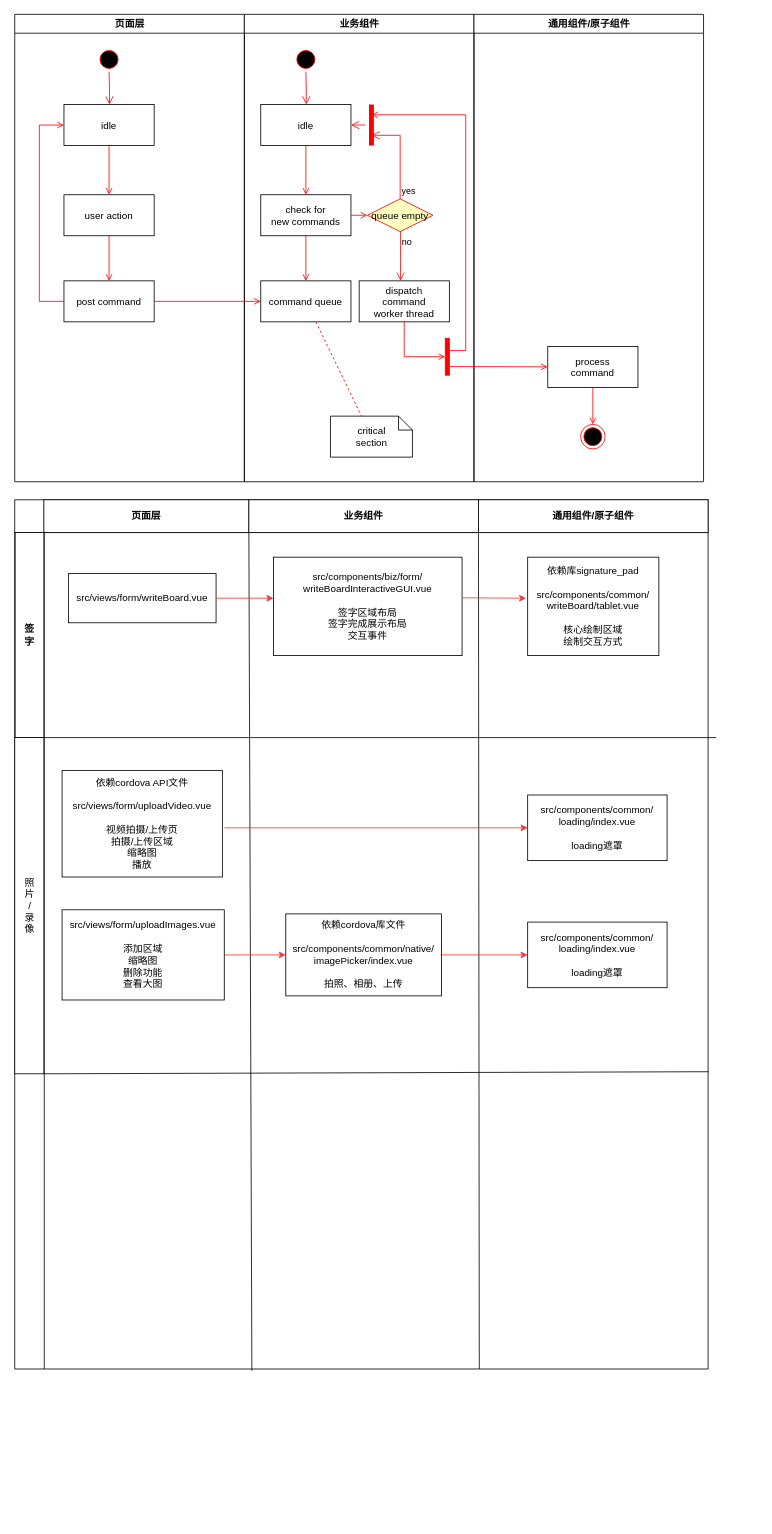
didengren/mind-map keeps this draw.io diagram as 全流程通用组件引入结构分析.drawio. Above is the earlier version. Source tidied: cells renumbered, new cells numbered last; positions are measured from the earlier drawing's top-left corner, leaving out a move shared by most shapes. Both pictures are drawn from the tidied source at 82%, with x=0, y=0 at pixel (14, 14).
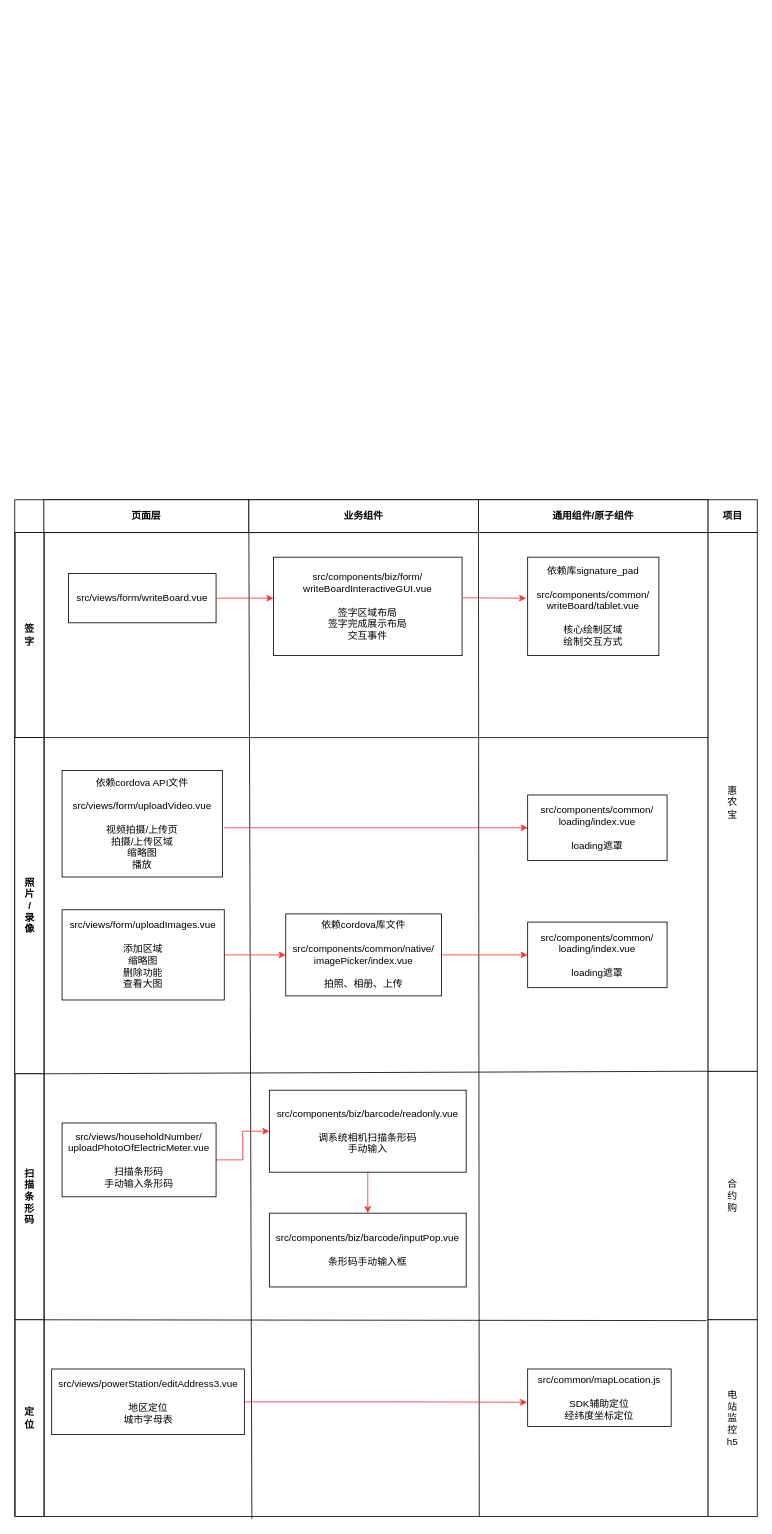
The same page after the edit.

Commit message:
更新全流程通用组件引入结构分析.drawio

The edit, as a diff of the source:
```diff
@@
-    <mxCell id="2" value="页面层" style="swimlane;whiteSpace=wrap;" parent="1" vertex="1">
-      <mxGeometry x="0.5" width="280" height="570" as="geometry" />
-    </mxCell>
-    <mxCell id="3" style="ellipse;shape=startState;fillColor=#000000;strokeColor=#ff0000;" parent="2" vertex="1">
-      <mxGeometry x="100" y="40" width="30" height="30" as="geometry" />
-    </mxCell>
-    <mxCell id="4" style="edgeStyle=elbowEdgeStyle;elbow=horizontal;verticalAlign=bottom;endArrow=open;endSize=8;strokeColor=#FF0000;endFill=1;rounded=0;" parent="2" edge="1" source="3" target="5">
-      <mxGeometry x="100" y="40" as="geometry" />
-    </mxCell>
-    <mxCell id="5" value="idle" parent="2" vertex="1">
-      <mxGeometry x="60" y="110" width="110" height="50" as="geometry" />
-    </mxCell>
-    <mxCell id="6" value="user action" parent="2" vertex="1">
-      <mxGeometry x="60" y="220" width="110" height="50" as="geometry" />
-    </mxCell>
-    <mxCell id="7" style="endArrow=open;strokeColor=#FF0000;endFill=1;rounded=0;" parent="2" edge="1" source="5" target="6">
-      <mxGeometry relative="1" as="geometry" />
-    </mxCell>
-    <mxCell id="8" value="post command" parent="2" vertex="1">
-      <mxGeometry x="60" y="325" width="110" height="50" as="geometry" />
-    </mxCell>
-    <mxCell id="9" style="endArrow=open;strokeColor=#FF0000;endFill=1;rounded=0;" parent="2" edge="1" source="6" target="8">
-      <mxGeometry relative="1" as="geometry" />
-    </mxCell>
-    <mxCell id="10" style="edgeStyle=elbowEdgeStyle;elbow=horizontal;strokeColor=#FF0000;endArrow=open;endFill=1;rounded=0;" parent="2" edge="1" source="8" target="5">
-      <mxGeometry relative="1" as="geometry">
-        <Array as="points">
-          <mxPoint x="30" y="250" />
-        </Array>
-      </mxGeometry>
-    </mxCell>
-    <mxCell id="11" value="业务组件" style="swimlane;whiteSpace=wrap;" parent="1" vertex="1">
-      <mxGeometry x="280.5" width="280" height="570" as="geometry" />
-    </mxCell>
-    <mxCell id="12" style="ellipse;shape=startState;fillColor=#000000;strokeColor=#ff0000;" parent="11" vertex="1">
-      <mxGeometry x="60" y="40" width="30" height="30" as="geometry" />
-    </mxCell>
-    <mxCell id="13" style="edgeStyle=elbowEdgeStyle;elbow=horizontal;verticalAlign=bottom;endArrow=open;endSize=8;strokeColor=#FF0000;endFill=1;rounded=0;" parent="11" edge="1" source="12" target="14">
-      <mxGeometry x="40" y="20" as="geometry" />
-    </mxCell>
-    <mxCell id="14" value="idle" parent="11" vertex="1">
-      <mxGeometry x="20" y="110" width="110" height="50" as="geometry" />
-    </mxCell>
-    <mxCell id="15" value="check for &#10;new commands" parent="11" vertex="1">
-      <mxGeometry x="20" y="220" width="110" height="50" as="geometry" />
-    </mxCell>
-    <mxCell id="16" style="endArrow=open;strokeColor=#FF0000;endFill=1;rounded=0;" parent="11" edge="1" source="14" target="15">
-      <mxGeometry relative="1" as="geometry" />
-    </mxCell>
-    <mxCell id="17" value="command queue" parent="11" vertex="1">
-      <mxGeometry x="20" y="325" width="110" height="50" as="geometry" />
-    </mxCell>
-    <mxCell id="18" style="endArrow=open;strokeColor=#FF0000;endFill=1;rounded=0;" parent="11" edge="1" source="15" target="17">
-      <mxGeometry relative="1" as="geometry" />
-    </mxCell>
-    <mxCell id="19" value="queue empty" style="rhombus;fillColor=#ffffc0;strokeColor=#ff0000;" parent="11" vertex="1">
-      <mxGeometry x="150" y="225" width="80" height="40" as="geometry" />
-    </mxCell>
-    <mxCell id="20" value="yes" style="edgeStyle=elbowEdgeStyle;elbow=horizontal;align=left;verticalAlign=bottom;endArrow=open;endSize=8;strokeColor=#FF0000;exitX=0.5;exitY=0;endFill=1;rounded=0;entryX=0.75;entryY=0.5;entryPerimeter=0;" parent="11" edge="1" source="19" target="23">
-      <mxGeometry x="-1" relative="1" as="geometry">
-        <Array as="points">
-          <mxPoint x="190" y="180" />
-        </Array>
-      </mxGeometry>
-    </mxCell>
-    <mxCell id="21" value="no" style="edgeStyle=elbowEdgeStyle;elbow=horizontal;align=left;verticalAlign=top;endArrow=open;endSize=8;strokeColor=#FF0000;endFill=1;rounded=0;" parent="11" edge="1" source="19" target="25">
-      <mxGeometry x="-1" relative="1" as="geometry" />
-    </mxCell>
-    <mxCell id="22" style="endArrow=open;strokeColor=#FF0000;endFill=1;rounded=0;" parent="11" edge="1" source="15" target="19">
-      <mxGeometry relative="1" as="geometry" />
-    </mxCell>
-    <mxCell id="23" style="shape=line;strokeWidth=6;strokeColor=#ff0000;rotation=90;" parent="11" vertex="1">
-      <mxGeometry x="130" y="127.5" width="50" height="15" as="geometry" />
-    </mxCell>
-    <mxCell id="24" style="edgeStyle=elbowEdgeStyle;elbow=horizontal;verticalAlign=bottom;endArrow=open;endSize=8;strokeColor=#FF0000;endFill=1;rounded=0;" parent="11" edge="1" source="23" target="14">
-      <mxGeometry x="130" y="90" as="geometry" />
-    </mxCell>
-    <mxCell id="25" value="dispatch&#10;command&#10;worker thread" parent="11" vertex="1">
-      <mxGeometry x="140" y="325" width="110" height="50" as="geometry" />
-    </mxCell>
-    <mxCell id="26" value="critical&#10;section" style="shape=note;whiteSpace=wrap;size=17;" parent="11" vertex="1">
-      <mxGeometry x="105" y="490" width="100" height="50" as="geometry" />
-    </mxCell>
-    <mxCell id="27" style="endArrow=none;strokeColor=#FF0000;endFill=0;rounded=0;dashed=1;" parent="11" edge="1" source="17" target="26">
-      <mxGeometry relative="1" as="geometry" />
-    </mxCell>
-    <mxCell id="28" style="whiteSpace=wrap;strokeColor=#FF0000;fillColor=#FF0000;" parent="11" vertex="1">
-      <mxGeometry x="245" y="395" width="5" height="45" as="geometry" />
-    </mxCell>
-    <mxCell id="29" style="edgeStyle=elbowEdgeStyle;elbow=horizontal;entryX=0;entryY=0.5;strokeColor=#FF0000;endArrow=open;endFill=1;rounded=0;" parent="11" edge="1" source="25" target="28">
-      <mxGeometry relative="1" as="geometry">
-        <Array as="points">
-          <mxPoint x="195" y="400" />
-        </Array>
-      </mxGeometry>
-    </mxCell>
-    <mxCell id="30" value="通用组件/原子组件" style="swimlane;whiteSpace=wrap;" parent="1" vertex="1">
-      <mxGeometry x="560.5" width="280" height="570" as="geometry" />
-    </mxCell>
-    <mxCell id="31" value="process&#10;command" parent="30" vertex="1">
-      <mxGeometry x="90" y="405" width="110" height="50" as="geometry" />
-    </mxCell>
-    <mxCell id="32" style="edgeStyle=elbowEdgeStyle;elbow=horizontal;strokeColor=#FF0000;endArrow=open;endFill=1;rounded=0;entryX=0.25;entryY=0.5;entryPerimeter=0;" parent="30" edge="1" target="23">
-      <mxGeometry relative="1" as="geometry">
-        <mxPoint x="-30" y="410" as="sourcePoint" />
-        <Array as="points">
-          <mxPoint x="-10" y="135" />
-        </Array>
-      </mxGeometry>
-    </mxCell>
-    <mxCell id="33" style="edgeStyle=none;strokeColor=#FF0000;endArrow=open;endFill=1;rounded=0;" parent="30" edge="1" target="31">
-      <mxGeometry relative="1" as="geometry">
-        <mxPoint x="-30" y="429.5" as="sourcePoint" />
-      </mxGeometry>
-    </mxCell>
-    <mxCell id="34" style="ellipse;shape=endState;fillColor=#000000;strokeColor=#ff0000;" parent="30" vertex="1">
-      <mxGeometry x="130" y="500" width="30" height="30" as="geometry" />
-    </mxCell>
-    <mxCell id="35" style="endArrow=open;strokeColor=#FF0000;endFill=1;rounded=0;" parent="30" edge="1" source="31" target="34">
-      <mxGeometry relative="1" as="geometry" />
-    </mxCell>
-    <mxCell id="36" style="endArrow=open;strokeColor=#FF0000;endFill=1;rounded=0;" parent="1" edge="1" source="8" target="17">
-      <mxGeometry relative="1" as="geometry" />
-    </mxCell>
     <mxCell id="37" style="shape=internalStorage;whiteSpace=wrap;html=1;backgroundOutline=1;dx=36;dy=40;" parent="1" vertex="1">
-      <mxGeometry x="0.5" y="592" width="845.5" height="1060" as="geometry" />
+      <mxGeometry x="0.5" y="592" width="845.5" height="1240" as="geometry" />
     </mxCell>
@@
-    <mxCell id="49" value="照&lt;br&gt;片&lt;br&gt;/&lt;br&gt;录&lt;br&gt;像" style="rounded=0;whiteSpace=wrap;html=1;" parent="1" vertex="1">
+    <mxCell id="49" value="&lt;b&gt;照&lt;br&gt;片&lt;br&gt;/&lt;br&gt;录&lt;br&gt;像&lt;/b&gt;" style="rounded=0;whiteSpace=wrap;html=1;" parent="1" vertex="1">
       <mxGeometry x="0.5" y="882" width="35.5" height="410" as="geometry" />
     </mxCell>
@@
-    <mxCell id="59" style="endArrow=none;html=1;exitX=1;exitY=1;exitDx=0;exitDy=0;entryX=1.001;entryY=0.658;entryDx=0;entryDy=0;entryPerimeter=0;" parent="1" edge="1" source="49" target="37">
+    <mxCell id="59" style="endArrow=none;html=1;exitX=1;exitY=1;exitDx=0;exitDy=0;entryX=0.999;entryY=0.562;entryDx=0;entryDy=0;entryPerimeter=0;" parent="1" edge="1" source="49" target="37">
       <mxGeometry relative="1" as="geometry" />
     </mxCell>
+    <mxCell id="60" style="edgeStyle=orthogonalEdgeStyle;rounded=0;jettySize=auto;html=1;strokeColor=#FF3333;" parent="1" edge="1" source="61" target="63">
+      <mxGeometry relative="1" as="geometry" />
+    </mxCell>
+    <mxCell id="61" value="src/views/householdNumber/&lt;br&gt;uploadPhotoOfElectricMeter.vue&lt;br&gt;&lt;br&gt;扫描条形码&lt;br&gt;手动输入条形码" style="rounded=0;whiteSpace=wrap;html=1;" parent="1" vertex="1">
+      <mxGeometry x="58.2" y="1352" width="187.8" height="90" as="geometry" />
+    </mxCell>
+    <mxCell id="62" style="edgeStyle=orthogonalEdgeStyle;rounded=0;jettySize=auto;html=1;entryX=0.5;entryY=0;entryDx=0;entryDy=0;strokeColor=#FF3333;" parent="1" edge="1" source="63" target="64">
+      <mxGeometry relative="1" as="geometry" />
+    </mxCell>
+    <mxCell id="63" value="src/components/biz/barcode/readonly.vue&lt;br&gt;&lt;br&gt;调系统相机扫描条形码&lt;br&gt;手动输入" style="rounded=0;whiteSpace=wrap;html=1;" parent="1" vertex="1">
+      <mxGeometry x="311" y="1312" width="240" height="100" as="geometry" />
+    </mxCell>
+    <mxCell id="64" value="src/components/biz/barcode/inputPop.vue&lt;br&gt;&lt;br&gt;条形码手动输入框" style="rounded=0;whiteSpace=wrap;html=1;" parent="1" vertex="1">
+      <mxGeometry x="311" y="1462" width="240" height="90" as="geometry" />
+    </mxCell>
+    <mxCell id="65" value="&lt;b&gt;项目&lt;/b&gt;" style="rounded=0;whiteSpace=wrap;html=1;" parent="1" vertex="1">
+      <mxGeometry x="846" y="592" width="60" height="40" as="geometry" />
+    </mxCell>
+    <mxCell id="66" value="惠&lt;br&gt;农&lt;br&gt;宝" style="rounded=0;whiteSpace=wrap;html=1;" parent="1" vertex="1">
+      <mxGeometry x="846" y="632" width="60" height="657" as="geometry" />
+    </mxCell>
+    <mxCell id="67" value="合&lt;br&gt;约&lt;br&gt;购" style="rounded=0;whiteSpace=wrap;html=1;" parent="1" vertex="1">
+      <mxGeometry x="846" y="1289" width="60" height="303" as="geometry" />
+    </mxCell>
+    <mxCell id="68" value="&lt;b&gt;扫&lt;br&gt;描&lt;br&gt;条&lt;br&gt;形&lt;br&gt;码&lt;/b&gt;" style="rounded=0;whiteSpace=wrap;html=1;" parent="1" vertex="1">
+      <mxGeometry x="1" y="1292" width="35" height="300" as="geometry" />
+    </mxCell>
+    <mxCell id="69" style="endArrow=none;html=1;exitX=1;exitY=1;exitDx=0;exitDy=0;" parent="1" edge="1" source="68">
+      <mxGeometry relative="1" as="geometry">
+        <mxPoint x="844" y="1593" as="targetPoint" />
+      </mxGeometry>
+    </mxCell>
+    <mxCell id="70" value="&lt;b&gt;定&lt;br&gt;位&lt;/b&gt;" style="rounded=0;whiteSpace=wrap;html=1;" parent="1" vertex="1">
+      <mxGeometry x="1" y="1592" width="35" height="240" as="geometry" />
+    </mxCell>
+    <mxCell id="71" style="edgeStyle=orthogonalEdgeStyle;rounded=0;jettySize=auto;html=1;entryX=-0.004;entryY=0.58;entryDx=0;entryDy=0;entryPerimeter=0;strokeColor=#FF3333;" parent="1" edge="1" source="72" target="73">
+      <mxGeometry relative="1" as="geometry" />
+    </mxCell>
+    <mxCell id="72" value="src/views/powerStation/editAddress3.vue&lt;br&gt;&lt;br&gt;地区定位&lt;br&gt;城市字母表" style="rounded=0;whiteSpace=wrap;html=1;" parent="1" vertex="1">
+      <mxGeometry x="45.5" y="1652" width="235" height="80" as="geometry" />
+    </mxCell>
+    <mxCell id="73" value="src/common/mapLocation.js&lt;br&gt;&lt;br&gt;SDK辅助定位&lt;br&gt;经纬度坐标定位" style="rounded=0;whiteSpace=wrap;html=1;" parent="1" vertex="1">
+      <mxGeometry x="626" y="1652" width="175" height="70" as="geometry" />
+    </mxCell>
+    <mxCell id="74" value="电&lt;br&gt;站&lt;br&gt;监&lt;br&gt;控&lt;br&gt;h5" style="rounded=0;whiteSpace=wrap;html=1;" parent="1" vertex="1">
+      <mxGeometry x="846" y="1592" width="60" height="240" as="geometry" />
+    </mxCell>
```
